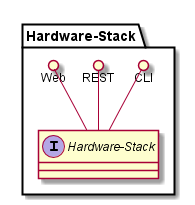
CAADE/fleet keeps this PlantUML diagram as docs/Solution/Hardware-Stack/Logical.png. Above is the earlier version. Its diagram source:
```plantuml
@startuml

package "Hardware-Stack" {
    interface "Hardware-Stack" {

    }
    CLI ()-- "Hardware-Stack"
    REST ()-- "Hardware-Stack"
    Web ()-- "Hardware-Stack"

}


@enduml
```
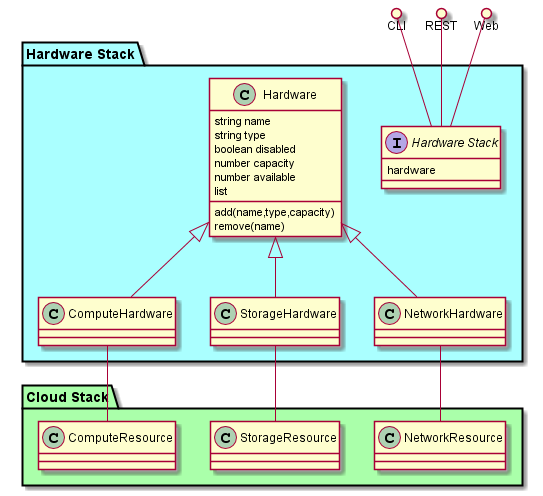
Above is the later version.

Diff of the diagram source:
```diff
@@ -1,14 +1,45 @@
 @startuml
 
-package "Hardware-Stack" {
-    interface "Hardware-Stack" {
-
+package "Hardware Stack" #aaffff {
+    interface "Hardware Stack" {
+      hardware
     }
-    CLI ()-- "Hardware-Stack"
-    REST ()-- "Hardware-Stack"
-    Web ()-- "Hardware-Stack"
-
+    class Hardware {
+      string name
+      string type
+      boolean disabled
+      number capacity
+      number available
+      add(name,type,capacity)
+      list
+      remove(name)
+    }
+    class ComputeHardware {
+    }
+    class StorageHardware {
+    }
+    class NetworkHardware {
+    }
+    Hardware <|-- ComputeHardware
+    Hardware <|-- StorageHardware
+    Hardware <|-- NetworkHardware
 }
 
+package "Cloud Stack" #aaffaa {
+  class ComputeResource {
+  }
+  class NetworkResource {
+  }
+  class StorageResource {
+  }
+}
+
+ComputeHardware -- ComputeResource
+NetworkHardware -- NetworkResource
+StorageHardware -- StorageResource
+
+CLI ()-- "Hardware Stack"
+REST ()-- "Hardware Stack"
+Web ()-- "Hardware Stack"
 
 @enduml
```
